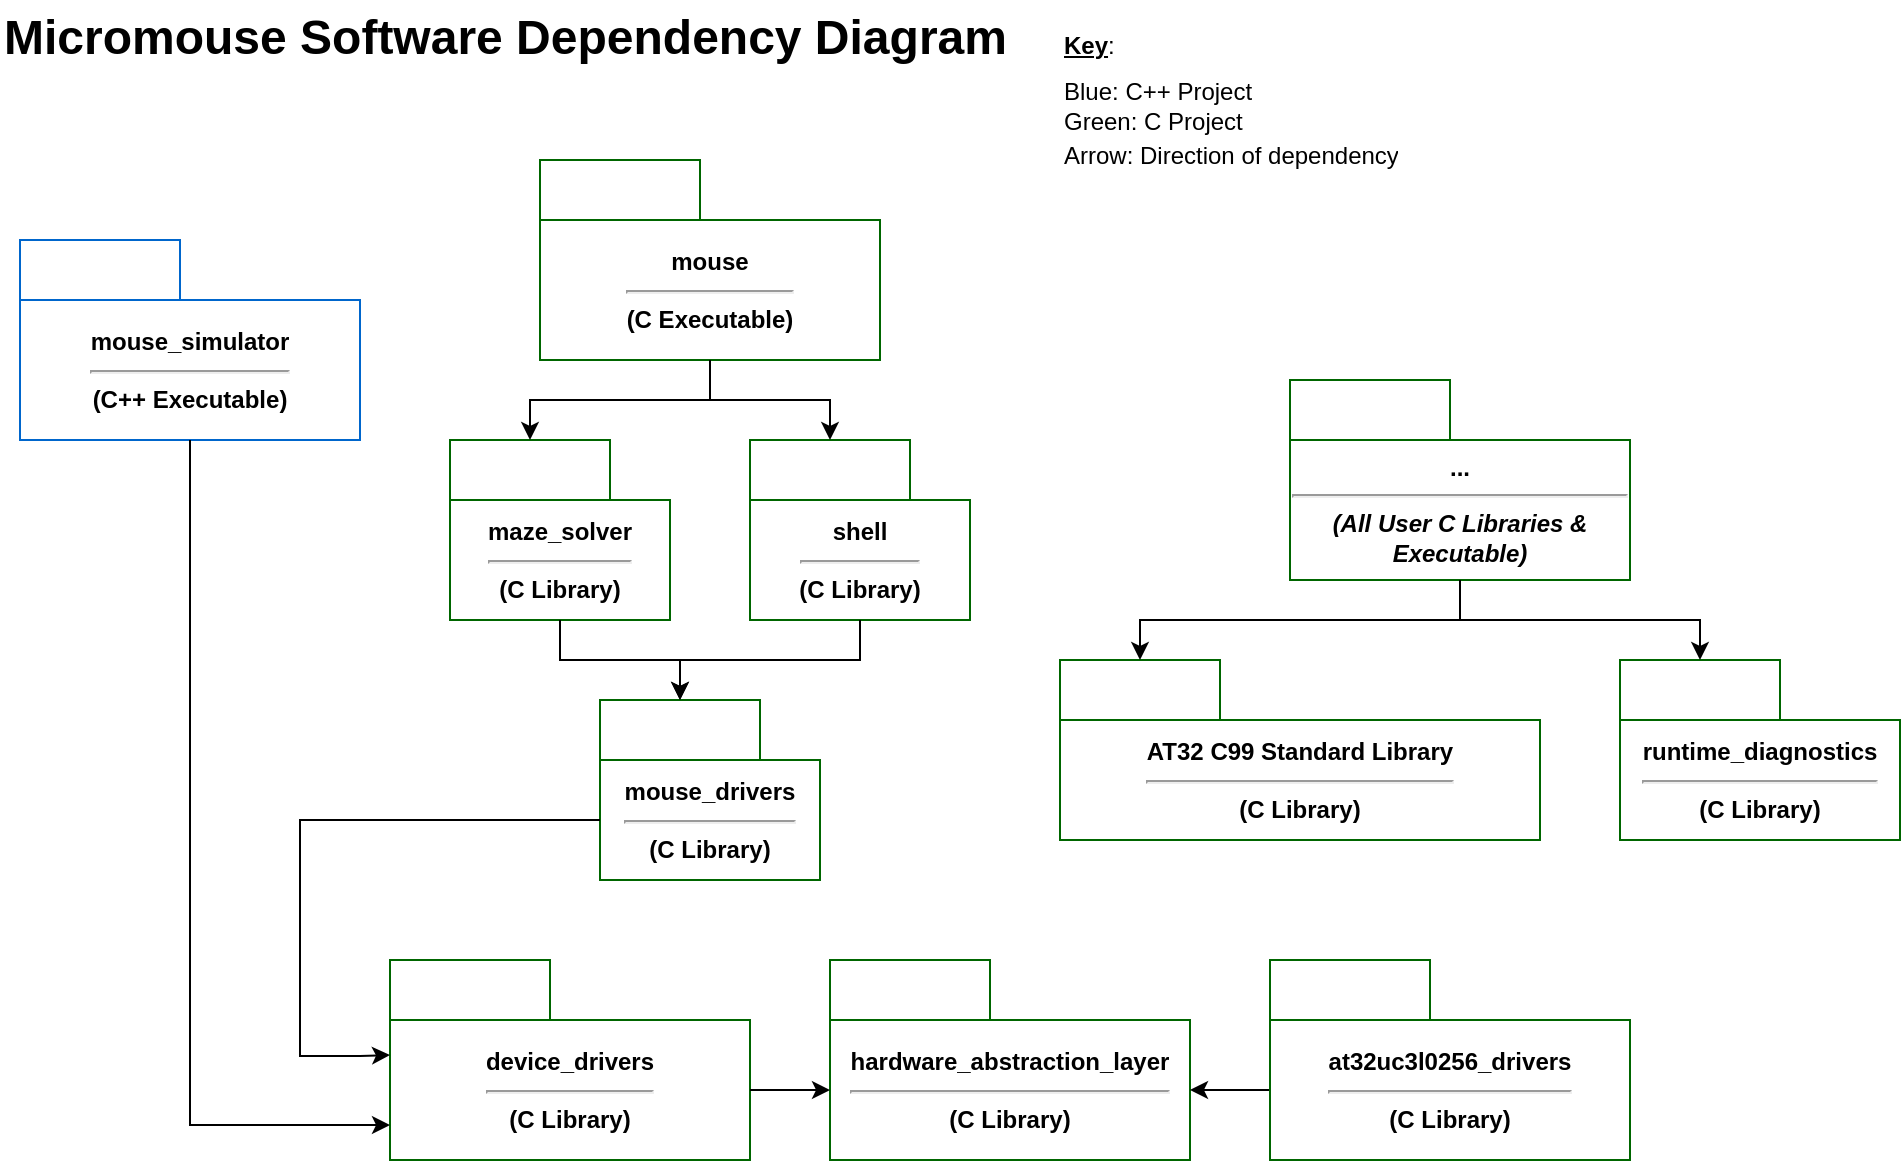
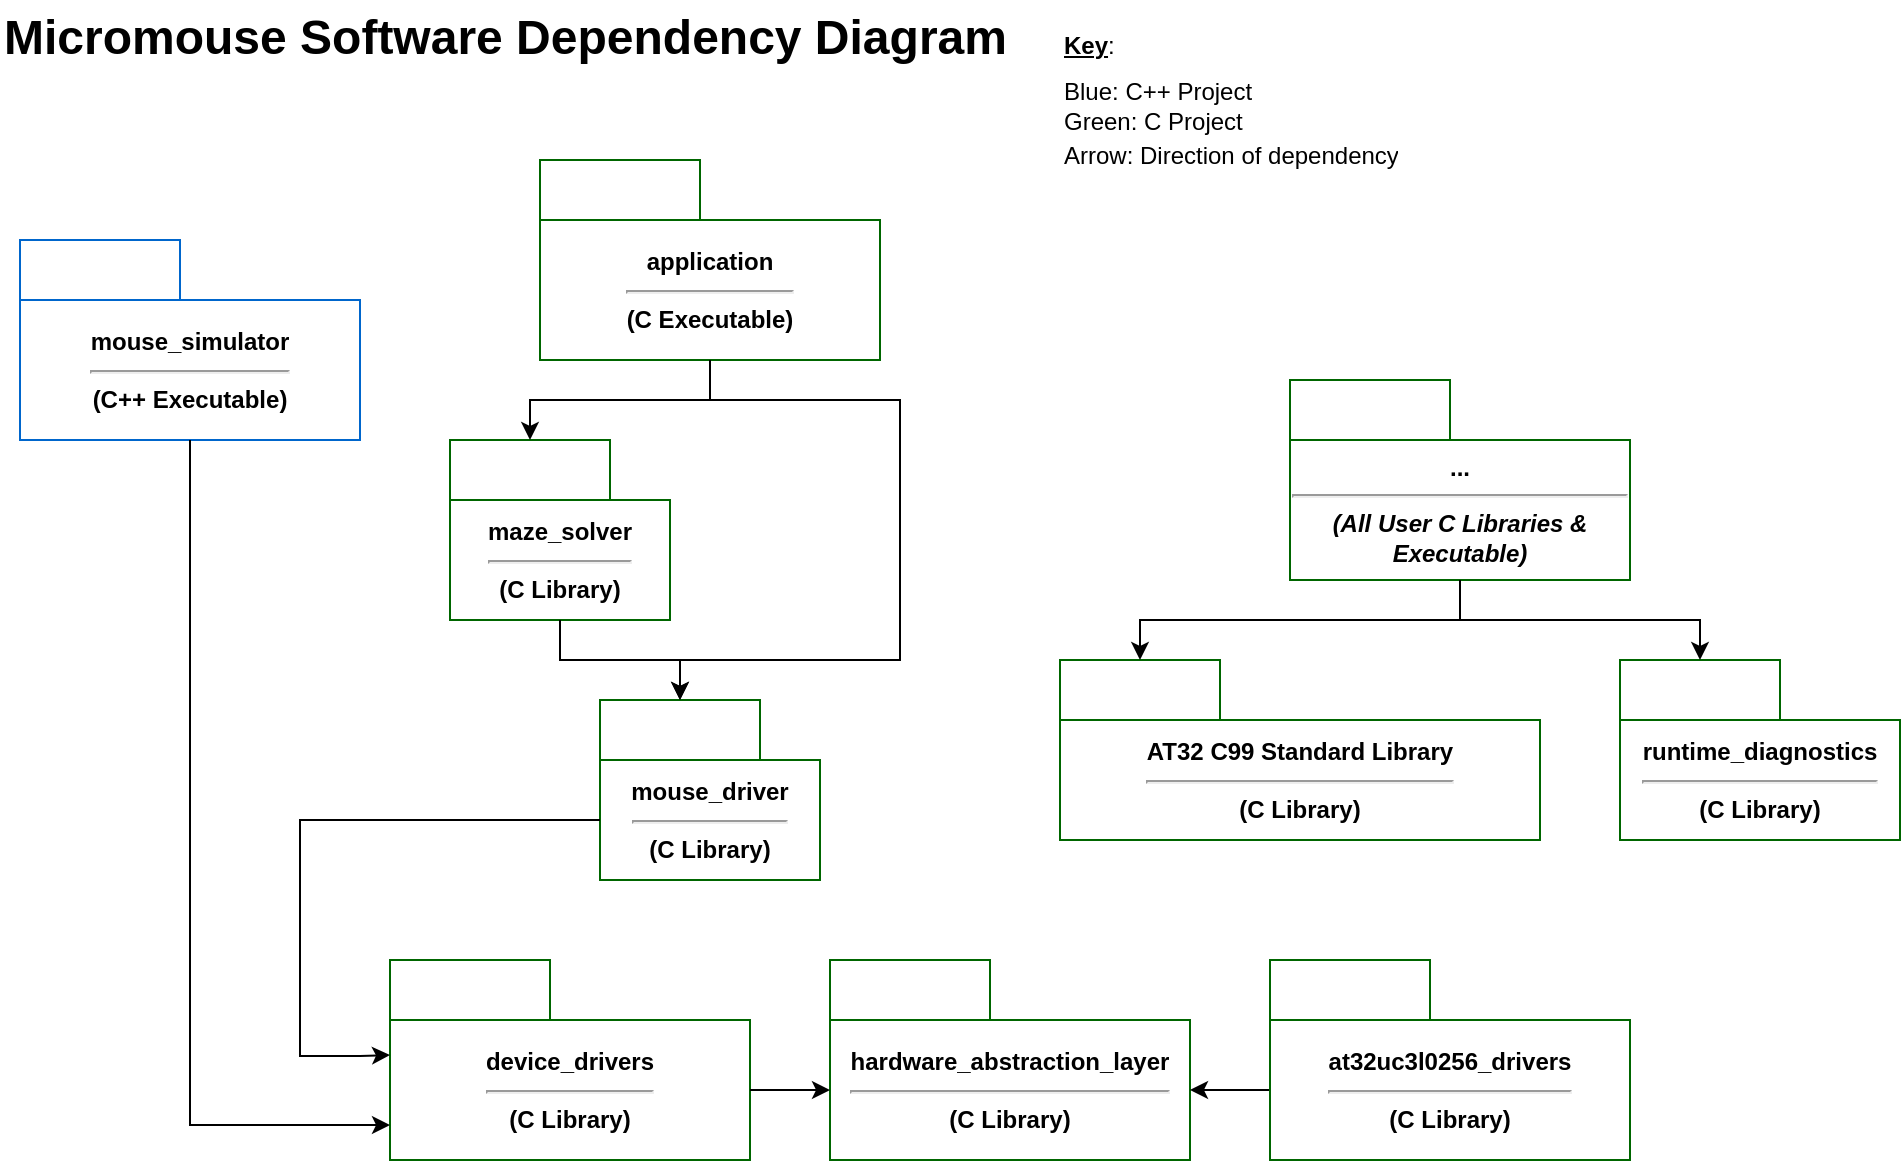
- <mxfile host="Electron" agent="Mozilla/5.0 (Windows NT 10.0; Win64; x64) AppleWebKit/537.36 (KHTML, like Gecko) draw.io/29.6.1 Chrome/142.0.7444.265 Electron/39.8.0 Safari/537.36" version="29.6.1">
+ <mxfile host="Electron" agent="Mozilla/5.0 (Windows NT 10.0; Win64; x64) AppleWebKit/537.36 (KHTML, like Gecko) draw.io/29.6.1 Chrome/142.0.7444.265 Electron/39.8.0 Safari/537.36">
  <diagram name="Page-1" id="oKpc1l_Igcs4GMacKgKO">
-     <mxGraphModel dx="1097" dy="659" grid="1" gridSize="10" guides="1" tooltips="1" connect="1" arrows="1" fold="1" page="1" pageScale="1" pageWidth="850" pageHeight="1100" math="0" shadow="0">
+     <mxGraphModel dx="1212" dy="736" grid="1" gridSize="10" guides="1" tooltips="1" connect="1" arrows="1" fold="1" page="1" pageScale="1" pageWidth="850" pageHeight="1100" math="0" shadow="0">
      <root>
        <mxCell id="0" />
        <mxCell id="1" parent="0" />
        <mxCell id="VA4gKk7P2Ic-5W_0SB8y-1" parent="1" style="shape=folder;fontStyle=1;tabWidth=80;tabHeight=30;tabPosition=left;html=1;boundedLbl=1;whiteSpace=wrap;strokeColor=#006600;" value="device_drivers&lt;div&gt;&lt;hr&gt;&lt;/div&gt;&lt;div&gt;(C Library)&lt;/div&gt;" vertex="1">
          <mxGeometry height="100" width="180" x="235" y="520" as="geometry" />
        </mxCell>
        <mxCell id="VA4gKk7P2Ic-5W_0SB8y-11" parent="1" style="shape=folder;fontStyle=1;tabWidth=80;tabHeight=30;tabPosition=left;html=1;boundedLbl=1;whiteSpace=wrap;strokeColor=#006600;" value="&lt;div&gt;hardware_abstraction_layer&lt;/div&gt;&lt;div&gt;&lt;hr&gt;&lt;/div&gt;&lt;div&gt;(C Library)&lt;/div&gt;" vertex="1">
          <mxGeometry height="100" width="180" x="455" y="520" as="geometry" />
        </mxCell>
-         <mxCell id="VA4gKk7P2Ic-5W_0SB8y-24" parent="1" style="shape=folder;fontStyle=1;tabWidth=80;tabHeight=30;tabPosition=left;html=1;boundedLbl=1;whiteSpace=wrap;strokeColor=#006600;" value="&lt;div&gt;mouse_drivers&lt;/div&gt;&lt;div&gt;&lt;hr&gt;&lt;/div&gt;&lt;div&gt;(C Library)&lt;/div&gt;" vertex="1">
+         <mxCell id="VA4gKk7P2Ic-5W_0SB8y-24" parent="1" style="shape=folder;fontStyle=1;tabWidth=80;tabHeight=30;tabPosition=left;html=1;boundedLbl=1;whiteSpace=wrap;strokeColor=#006600;" value="&lt;div&gt;mouse_driver&lt;/div&gt;&lt;div&gt;&lt;hr&gt;&lt;/div&gt;&lt;div&gt;(C Library)&lt;/div&gt;" vertex="1">
          <mxGeometry height="90" width="110" x="340" y="390" as="geometry" />
        </mxCell>
        <mxCell id="VA4gKk7P2Ic-5W_0SB8y-35" parent="1" style="shape=folder;fontStyle=1;tabWidth=80;tabHeight=30;tabPosition=left;html=1;boundedLbl=1;whiteSpace=wrap;strokeColor=#006600;" value="&lt;div&gt;maze_solver&lt;/div&gt;&lt;div&gt;&lt;hr&gt;&lt;/div&gt;&lt;div&gt;(C Library)&lt;/div&gt;" vertex="1">
          <mxGeometry height="90" width="110" x="265" y="260" as="geometry" />
        </mxCell>
-         <mxCell id="VA4gKk7P2Ic-5W_0SB8y-38" parent="1" style="shape=folder;fontStyle=1;tabWidth=80;tabHeight=30;tabPosition=left;html=1;boundedLbl=1;whiteSpace=wrap;strokeColor=#006600;" value="&lt;div&gt;shell&lt;/div&gt;&lt;div&gt;&lt;hr&gt;&lt;/div&gt;&lt;div&gt;(C Library)&lt;/div&gt;" vertex="1">
-           <mxGeometry height="90" width="110" x="415" y="260" as="geometry" />
-         </mxCell>
-         <mxCell id="VA4gKk7P2Ic-5W_0SB8y-45" parent="1" style="shape=folder;fontStyle=1;tabWidth=80;tabHeight=30;tabPosition=left;html=1;boundedLbl=1;whiteSpace=wrap;strokeColor=#006600;" value="&lt;div&gt;mouse&lt;/div&gt;&lt;div&gt;&lt;hr&gt;&lt;/div&gt;&lt;div&gt;(C Executable)&lt;/div&gt;" vertex="1">
+         <mxCell id="VA4gKk7P2Ic-5W_0SB8y-45" parent="1" style="shape=folder;fontStyle=1;tabWidth=80;tabHeight=30;tabPosition=left;html=1;boundedLbl=1;whiteSpace=wrap;strokeColor=#006600;" value="&lt;div&gt;application&lt;/div&gt;&lt;div&gt;&lt;hr&gt;&lt;/div&gt;&lt;div&gt;(C Executable)&lt;/div&gt;" vertex="1">
          <mxGeometry height="100" width="170" x="310" y="120" as="geometry" />
        </mxCell>
        <mxCell id="0X-RFWdOt0fxIYuZUrhn-1" edge="1" parent="1" source="VA4gKk7P2Ic-5W_0SB8y-47" style="edgeStyle=orthogonalEdgeStyle;rounded=0;orthogonalLoop=1;jettySize=auto;html=1;entryX=0;entryY=0;entryDx=180;entryDy=65;entryPerimeter=0;exitX=0;exitY=0;exitDx=0;exitDy=65;exitPerimeter=0;" target="VA4gKk7P2Ic-5W_0SB8y-11">
          <mxGeometry relative="1" as="geometry">
            <mxPoint x="650" y="580" as="targetPoint" />
          </mxGeometry>
        </mxCell>
        <mxCell id="VA4gKk7P2Ic-5W_0SB8y-47" parent="1" style="shape=folder;fontStyle=1;tabWidth=80;tabHeight=30;tabPosition=left;html=1;boundedLbl=1;whiteSpace=wrap;strokeColor=#006600;" value="&lt;div&gt;at32uc3l0256_drivers&lt;/div&gt;&lt;div&gt;&lt;hr&gt;&lt;/div&gt;&lt;div&gt;(C Library)&lt;/div&gt;" vertex="1">
          <mxGeometry height="100" width="180" x="675" y="520" as="geometry" />
        </mxCell>
        <mxCell id="UwXl0KZfzIKj5EyUJe6f-31" parent="1" style="shape=folder;fontStyle=1;tabWidth=80;tabHeight=30;tabPosition=left;html=1;boundedLbl=1;whiteSpace=wrap;strokeColor=#0066CC;" value="&lt;div&gt;mouse_simulator&lt;/div&gt;&lt;div&gt;&lt;hr&gt;(C++ Executable)&lt;/div&gt;" vertex="1">
          <mxGeometry height="100" width="170" x="50" y="160" as="geometry" />
        </mxCell>
        <mxCell id="0X-RFWdOt0fxIYuZUrhn-4" edge="1" parent="1" source="VA4gKk7P2Ic-5W_0SB8y-24" style="edgeStyle=orthogonalEdgeStyle;rounded=0;orthogonalLoop=1;jettySize=auto;html=1;entryX=0;entryY=0;entryDx=0;entryDy=47.5;entryPerimeter=0;exitX=0;exitY=0;exitDx=0;exitDy=60;exitPerimeter=0;" target="VA4gKk7P2Ic-5W_0SB8y-1">
          <mxGeometry relative="1" as="geometry">
            <Array as="points">
              <mxPoint x="190" y="450" />
              <mxPoint x="190" y="568" />
              <mxPoint x="220" y="568" />
            </Array>
            <mxPoint x="320" y="465" as="sourcePoint" />
            <mxPoint x="220" y="585" as="targetPoint" />
          </mxGeometry>
        </mxCell>
        <mxCell id="0X-RFWdOt0fxIYuZUrhn-5" edge="1" parent="1" source="VA4gKk7P2Ic-5W_0SB8y-35" style="edgeStyle=orthogonalEdgeStyle;rounded=0;orthogonalLoop=1;jettySize=auto;html=1;entryX=0;entryY=0;entryDx=40;entryDy=0;entryPerimeter=0;" target="VA4gKk7P2Ic-5W_0SB8y-24">
          <mxGeometry relative="1" as="geometry" />
        </mxCell>
-         <mxCell id="0X-RFWdOt0fxIYuZUrhn-6" edge="1" parent="1" source="VA4gKk7P2Ic-5W_0SB8y-38" style="edgeStyle=orthogonalEdgeStyle;rounded=0;orthogonalLoop=1;jettySize=auto;html=1;entryX=0;entryY=0;entryDx=40;entryDy=0;entryPerimeter=0;" target="VA4gKk7P2Ic-5W_0SB8y-24">
-           <mxGeometry relative="1" as="geometry" />
-         </mxCell>
        <mxCell id="0X-RFWdOt0fxIYuZUrhn-7" edge="1" parent="1" source="VA4gKk7P2Ic-5W_0SB8y-45" style="edgeStyle=orthogonalEdgeStyle;rounded=0;orthogonalLoop=1;jettySize=auto;html=1;entryX=0;entryY=0;entryDx=40;entryDy=0;entryPerimeter=0;" target="VA4gKk7P2Ic-5W_0SB8y-35">
          <mxGeometry relative="1" as="geometry" />
        </mxCell>
-         <mxCell id="0X-RFWdOt0fxIYuZUrhn-8" edge="1" parent="1" source="VA4gKk7P2Ic-5W_0SB8y-45" style="edgeStyle=orthogonalEdgeStyle;rounded=0;orthogonalLoop=1;jettySize=auto;html=1;entryX=0;entryY=0;entryDx=40;entryDy=0;entryPerimeter=0;" target="VA4gKk7P2Ic-5W_0SB8y-38">
-           <mxGeometry relative="1" as="geometry" />
+         <mxCell id="0X-RFWdOt0fxIYuZUrhn-8" edge="1" parent="1" source="VA4gKk7P2Ic-5W_0SB8y-45" style="edgeStyle=orthogonalEdgeStyle;rounded=0;orthogonalLoop=1;jettySize=auto;html=1;">
+           <mxGeometry relative="1" as="geometry">
+             <Array as="points">
+               <mxPoint x="395" y="240" />
+               <mxPoint x="490" y="240" />
+               <mxPoint x="490" y="370" />
+               <mxPoint x="380" y="370" />
+             </Array>
+             <mxPoint x="380" y="390" as="targetPoint" />
+           </mxGeometry>
        </mxCell>
        <mxCell id="0X-RFWdOt0fxIYuZUrhn-10" parent="1" style="shape=folder;fontStyle=1;tabWidth=80;tabHeight=30;tabPosition=left;html=1;boundedLbl=1;whiteSpace=wrap;strokeColor=#006600;" value="&lt;div&gt;AT32 C99&amp;nbsp;&lt;span style=&quot;color: light-dark(rgb(0, 0, 0), rgb(255, 255, 255)); background-color: transparent;&quot;&gt;Standard Library&lt;/span&gt;&lt;/div&gt;&lt;div&gt;&lt;hr&gt;&lt;/div&gt;&lt;div&gt;(C Library)&lt;/div&gt;" vertex="1">
          <mxGeometry height="90" width="240" x="570" y="370" as="geometry" />
        </mxCell>
        <mxCell id="0X-RFWdOt0fxIYuZUrhn-11" edge="1" parent="1" source="UwXl0KZfzIKj5EyUJe6f-31" style="edgeStyle=orthogonalEdgeStyle;rounded=0;orthogonalLoop=1;jettySize=auto;html=1;exitX=0.5;exitY=1;exitDx=0;exitDy=0;exitPerimeter=0;entryX=0;entryY=0;entryDx=0;entryDy=82.5;entryPerimeter=0;" target="VA4gKk7P2Ic-5W_0SB8y-1">
          <mxGeometry relative="1" as="geometry">
            <mxPoint x="125" y="470" as="targetPoint" />
          </mxGeometry>
        </mxCell>
        <mxCell id="0X-RFWdOt0fxIYuZUrhn-13" parent="1" style="shape=folder;fontStyle=1;tabWidth=80;tabHeight=30;tabPosition=left;html=1;boundedLbl=1;whiteSpace=wrap;strokeColor=#006600;" value="&lt;div&gt;...&lt;/div&gt;&lt;div&gt;&lt;hr&gt;&lt;/div&gt;&lt;div&gt;&lt;i&gt;(All User C Libraries &amp;amp; Executable)&lt;/i&gt;&lt;/div&gt;" vertex="1">
          <mxGeometry height="100" width="170" x="685" y="230" as="geometry" />
        </mxCell>
        <mxCell id="0X-RFWdOt0fxIYuZUrhn-16" edge="1" parent="1" source="0X-RFWdOt0fxIYuZUrhn-13" style="edgeStyle=orthogonalEdgeStyle;rounded=0;orthogonalLoop=1;jettySize=auto;html=1;entryX=0;entryY=0;entryDx=40;entryDy=0;entryPerimeter=0;" target="0X-RFWdOt0fxIYuZUrhn-10">
          <mxGeometry relative="1" as="geometry">
            <Array as="points">
              <mxPoint x="770" y="350" />
              <mxPoint x="610" y="350" />
            </Array>
          </mxGeometry>
        </mxCell>
        <mxCell id="0X-RFWdOt0fxIYuZUrhn-18" parent="1" style="text;html=1;whiteSpace=wrap;overflow=hidden;rounded=0;" value="&lt;div style=&quot;line-height: 100%; margin-bottom: 5px;&quot;&gt;&lt;h1 style=&quot;margin-top: 0px; line-height: 100%;&quot;&gt;Micromouse Software Dependency Diagram&lt;/h1&gt;&lt;/div&gt;&lt;div style=&quot;line-height: 100%; padding-bottom: 2px; margin-bottom: 2px;&quot;&gt;&lt;div style=&quot;line-height: 100%; padding-bottom: 2px; margin-bottom: 3px;&quot;&gt;&lt;br&gt;&lt;/div&gt;&lt;/div&gt;" vertex="1">
          <mxGeometry height="45" width="510" x="40" y="40" as="geometry" />
        </mxCell>
        <mxCell id="0X-RFWdOt0fxIYuZUrhn-19" parent="1" style="text;html=1;whiteSpace=wrap;overflow=hidden;rounded=0;" value="&lt;div style=&quot;line-height: 100%; margin-bottom: 5px;&quot;&gt;&lt;h1 style=&quot;margin-top: 0px; line-height: 100%; margin-bottom: 0px;&quot;&gt;&lt;b style=&quot;background-color: transparent; color: light-dark(rgb(0, 0, 0), rgb(255, 255, 255)); font-size: 12px;&quot;&gt;&lt;u&gt;Key&lt;/u&gt;&lt;/b&gt;&lt;span style=&quot;background-color: transparent; color: light-dark(rgb(0, 0, 0), rgb(255, 255, 255)); font-size: 12px; font-weight: normal;&quot;&gt;:&lt;/span&gt;&lt;/h1&gt;&lt;/div&gt;&lt;div style=&quot;line-height: 100%; padding-bottom: 2px; margin-bottom: 2px;&quot;&gt;&lt;div style=&quot;line-height: 100%; margin-bottom: 3px;&quot;&gt;&lt;span style=&quot;color: light-dark(rgb(0, 0, 0), rgb(255, 255, 255)); background-color: light-dark(rgb(255, 255, 255), rgb(0, 102, 204));&quot;&gt;&lt;span style=&quot;background-color: light-dark(#ffffff, var(--ge-dark-color, #121212));&quot;&gt;&lt;span style=&quot;background-color: light-dark(rgb(255, 255, 255), rgb(0, 102, 204));&quot;&gt;Blue&lt;/span&gt;&lt;/span&gt;&lt;/span&gt;&lt;span style=&quot;background-color: transparent; color: light-dark(rgb(0, 0, 0), rgb(255, 255, 255));&quot;&gt;: C++ Project&lt;/span&gt;&lt;/div&gt;&lt;div style=&quot;line-height: 100%; padding-bottom: 2px; margin-bottom: 3px;&quot;&gt;&lt;span style=&quot;background-color: light-dark(rgb(255, 255, 255), rgb(0, 102, 0));&quot;&gt;&lt;span style=&quot;background-color: light-dark(rgb(255, 255, 255), rgb(0, 102, 51));&quot;&gt;Green&lt;/span&gt;&lt;/span&gt;: C Project&lt;/div&gt;&lt;div style=&quot;line-height: 100%; padding-bottom: 2px; margin-bottom: 3px;&quot;&gt;Arrow: Direction of dependency&lt;/div&gt;&lt;div style=&quot;line-height: 100%; padding-bottom: 2px; margin-bottom: 3px;&quot;&gt;&lt;br&gt;&lt;/div&gt;&lt;/div&gt;" vertex="1">
          <mxGeometry height="105" width="195" x="570" y="40" as="geometry" />
        </mxCell>
        <mxCell id="0X-RFWdOt0fxIYuZUrhn-22" edge="1" parent="1" source="VA4gKk7P2Ic-5W_0SB8y-1" style="edgeStyle=orthogonalEdgeStyle;rounded=0;orthogonalLoop=1;jettySize=auto;html=1;entryX=0;entryY=0;entryDx=0;entryDy=65;entryPerimeter=0;exitX=0;exitY=0;exitDx=180;exitDy=65;exitPerimeter=0;">
          <mxGeometry relative="1" as="geometry">
            <mxPoint x="455" y="585" as="targetPoint" />
          </mxGeometry>
        </mxCell>
        <mxCell id="M42v7twJ1mtuAuClNUq2-1" parent="1" style="shape=folder;fontStyle=1;tabWidth=80;tabHeight=30;tabPosition=left;html=1;boundedLbl=1;whiteSpace=wrap;strokeColor=#006600;" value="&lt;div&gt;runtime_diagnostics&lt;/div&gt;&lt;div&gt;&lt;hr&gt;&lt;/div&gt;&lt;div&gt;(C Library)&lt;/div&gt;" vertex="1">
          <mxGeometry height="90" width="140" x="850" y="370" as="geometry" />
        </mxCell>
        <mxCell id="M42v7twJ1mtuAuClNUq2-2" edge="1" parent="1" source="0X-RFWdOt0fxIYuZUrhn-13" style="edgeStyle=orthogonalEdgeStyle;rounded=0;orthogonalLoop=1;jettySize=auto;html=1;entryX=0;entryY=0;entryDx=40;entryDy=0;entryPerimeter=0;" target="M42v7twJ1mtuAuClNUq2-1">
          <mxGeometry relative="1" as="geometry" />
        </mxCell>
      </root>
    </mxGraphModel>
  </diagram>
</mxfile>
